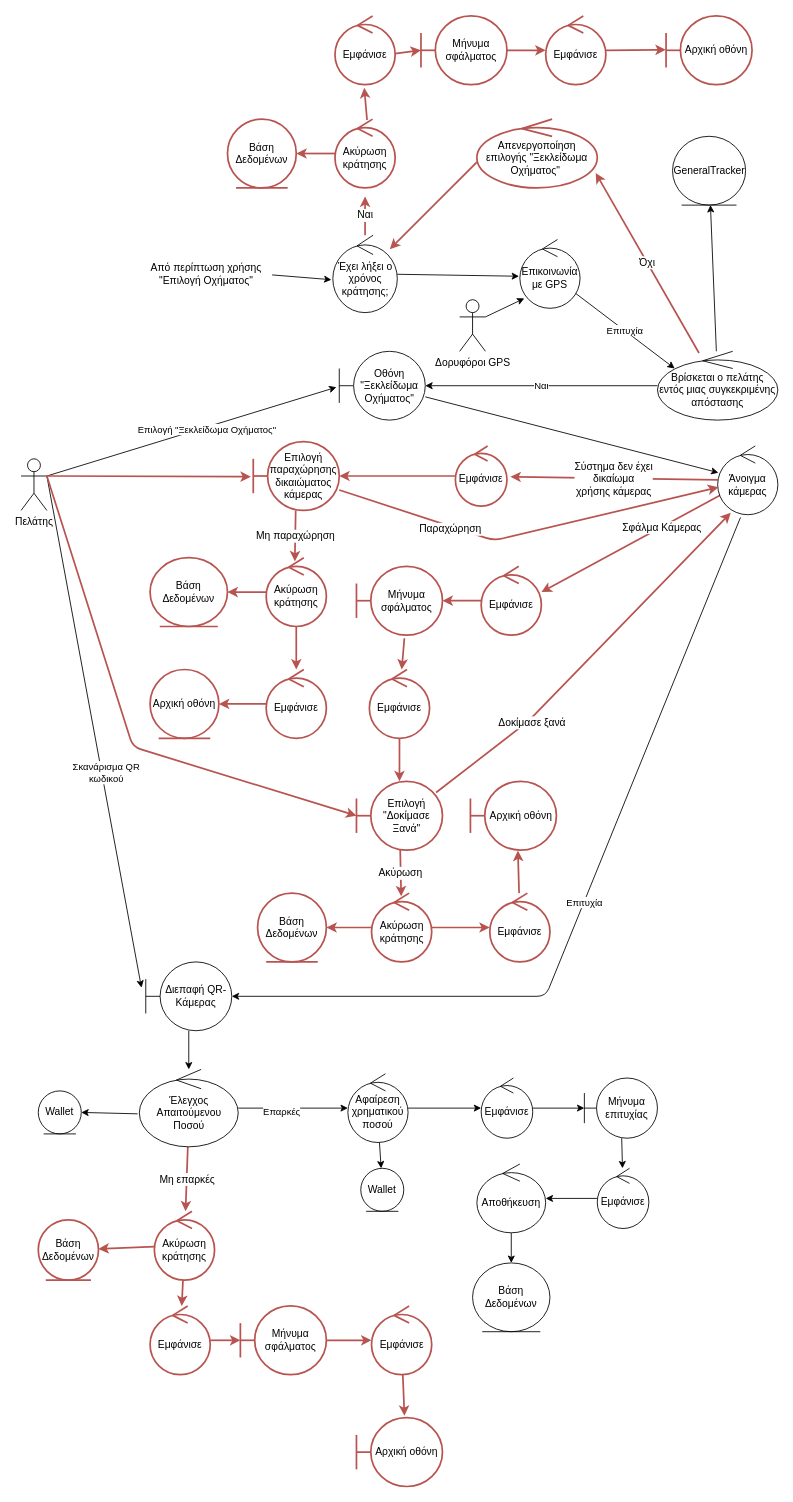
The draw.io diagram Part_2/Robustness/diagrams/02_Ξεκλείδωμα_Οχήματος.drawio in Nikolis2002/texnoligia_logismikou, before the edit. Source tidied: cells renumbered, new cells numbered last; positions are measured from the earlier drawing's top-left corner, leaving out a move shared by most shapes. Both pictures are drawn from the tidied source at 86%, with x=0, y=0 at pixel (21, 15).
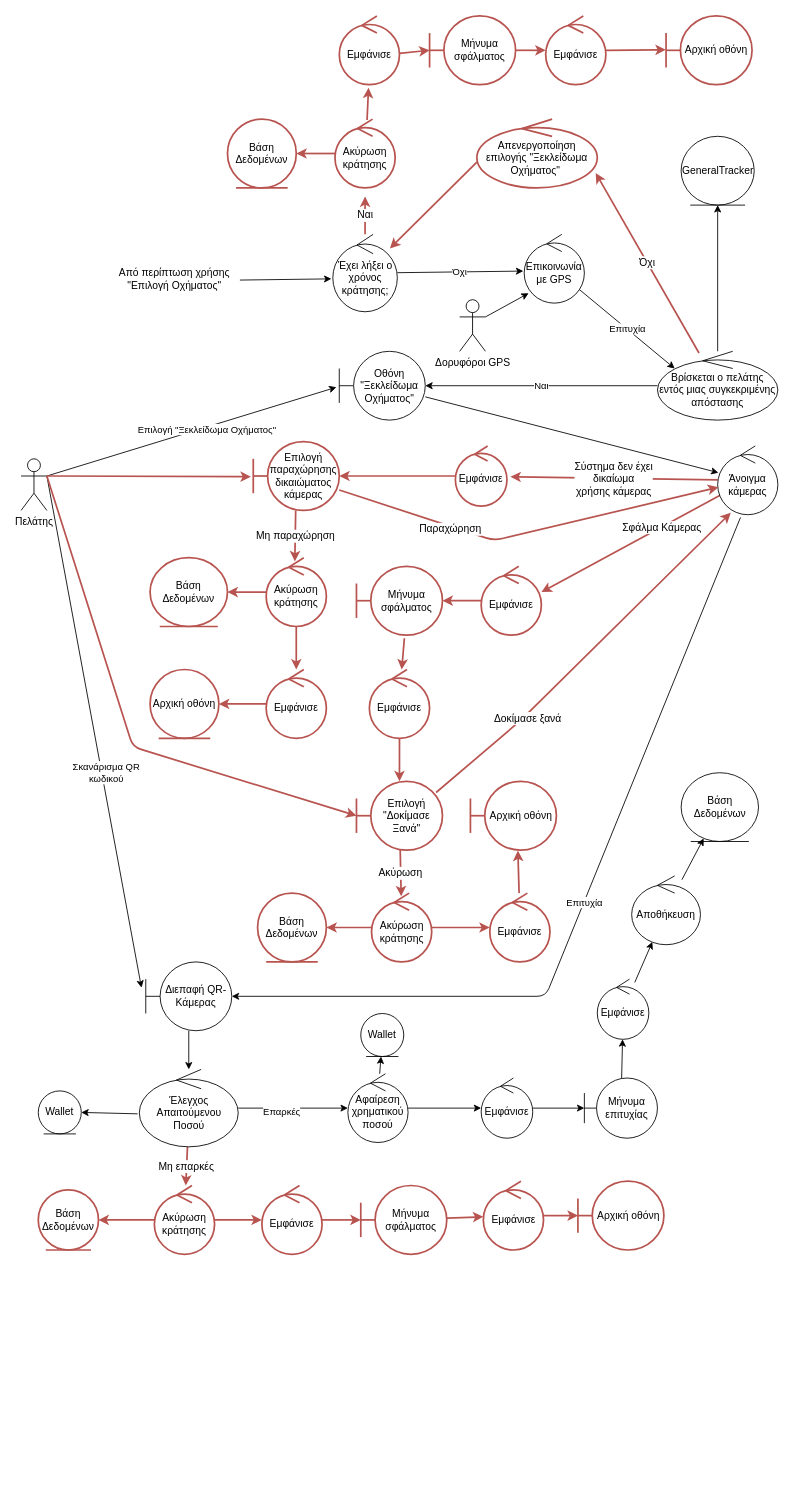
The same diagram, later.

The change refers to these unchanged cells:
```xml
<mxCell id="21" value="Άνοιγμα κάμερας" style="ellipse;shape=umlControl;whiteSpace=wrap;html=1;" parent="1" vertex="1">
  <mxGeometry x="810" y="500" width="70" height="80" as="geometry" />
</mxCell>
<mxCell id="77" value="Επιλογή &quot;Δοκίμασε Ξανά&quot;" style="shape=umlBoundary;whiteSpace=wrap;html=1;fillColor=none;strokeColor=#b85450;strokeWidth=2;" parent="1" vertex="1">
  <mxGeometry x="390" y="890" width="100" height="80" as="geometry" />
</mxCell>
```

The edit, as a diff of the source:
```diff
@@
-    <mxCell id="9" style="edgeStyle=none;html=1;entryX=-0.014;entryY=0.534;entryDx=0;entryDy=0;entryPerimeter=0;" parent="1" edge="1" source="10" target="66">
+    <mxCell id="9" value="Όχι" style="edgeStyle=none;html=1;entryX=-0.014;entryY=0.534;entryDx=0;entryDy=0;entryPerimeter=0;" parent="1" edge="1" source="10" target="66">
       <mxGeometry relative="1" as="geometry" />
     </mxCell>
     <mxCell id="10" value="Έχει λήξει ο χρόνος κράτησης;" style="ellipse;shape=umlControl;whiteSpace=wrap;html=1;" parent="1" vertex="1">
-      <mxGeometry x="362.5" y="255" width="75" height="90" as="geometry" />
+      <mxGeometry x="362.5" y="254" width="75" height="90" as="geometry" />
     </mxCell>
@@
     <mxCell id="32" value="Wallet" style="ellipse;shape=umlEntity;whiteSpace=wrap;html=1;" parent="1" vertex="1">
-      <mxGeometry x="395" y="1340" width="50" height="50" as="geometry" />
+      <mxGeometry x="395" y="1160" width="50" height="50" as="geometry" />
     </mxCell>
@@
     <mxCell id="36" value="Αποθήκευση" style="ellipse;shape=umlControl;whiteSpace=wrap;html=1;" parent="1" vertex="1">
-      <mxGeometry x="530" y="1335" width="80" height="80" as="geometry" />
+      <mxGeometry x="710" y="1000" width="80" height="80" as="geometry" />
     </mxCell>
@@
     <mxCell id="38" value="Βάση Δεδομένων" style="ellipse;shape=umlEntity;whiteSpace=wrap;html=1;" parent="1" vertex="1">
-      <mxGeometry x="525" y="1450" width="90" height="80" as="geometry" />
+      <mxGeometry x="767.5" y="880" width="90" height="80" as="geometry" />
     </mxCell>
@@
     <mxCell id="43" value="Εμφάνισε" style="ellipse;shape=umlControl;whiteSpace=wrap;html=1;fillColor=none;strokeColor=#b85450;strokeWidth=2;" parent="1" vertex="1">
-      <mxGeometry x="365" width="70" height="80" as="geometry" />
+      <mxGeometry x="370" width="70" height="80" as="geometry" />
     </mxCell>
@@
     <mxCell id="59" value="Ακύρωση κράτησης" style="ellipse;shape=umlControl;whiteSpace=wrap;html=1;fillColor=none;strokeColor=#b85450;strokeWidth=2;" parent="1" vertex="1">
-      <mxGeometry x="155" y="1390" width="70" height="80" as="geometry" />
+      <mxGeometry x="155" y="1360" width="70" height="80" as="geometry" />
     </mxCell>
     <mxCell id="60" value="Βάση Δεδομένων" style="ellipse;shape=umlEntity;whiteSpace=wrap;html=1;fillColor=none;strokeColor=#b85450;strokeWidth=2;" parent="1" vertex="1">
-      <mxGeometry x="20" y="1400" width="70" height="70" as="geometry" />
+      <mxGeometry x="20" y="1365" width="70" height="70" as="geometry" />
     </mxCell>
@@
     <mxCell id="62" value="Εμφάνισε" style="ellipse;shape=umlControl;whiteSpace=wrap;html=1;fillColor=none;strokeColor=#b85450;strokeWidth=2;" parent="1" vertex="1">
-      <mxGeometry x="150" y="1500" width="70" height="80" as="geometry" />
+      <mxGeometry x="280" y="1360" width="70" height="80" as="geometry" />
     </mxCell>
@@
     <mxCell id="64" value="Από περίπτωση χρήσης&lt;br&gt;&quot;Επιλογή Οχήματος&quot;" style="text;html=1;align=center;verticalAlign=middle;points=[];strokeColor=none;fillColor=none;" parent="1" vertex="1">
-      <mxGeometry x="140" y="280" width="150" height="40" as="geometry" />
+      <mxGeometry x="102.5" y="286" width="150" height="40" as="geometry" />
     </mxCell>
@@
     <mxCell id="66" value="Επικοινωνία με GPS" style="ellipse;shape=umlControl;whiteSpace=wrap;html=1;" parent="1" vertex="1">
-      <mxGeometry x="580" y="260" width="70" height="80" as="geometry" />
+      <mxGeometry x="585" y="254" width="70" height="80" as="geometry" />
     </mxCell>
     <mxCell id="67" value="GeneralTracker" style="ellipse;shape=umlEntity;whiteSpace=wrap;html=1;" parent="1" vertex="1">
-      <mxGeometry x="757.5" y="140" width="85" height="80" as="geometry" />
+      <mxGeometry x="767.5" y="140" width="85" height="80" as="geometry" />
     </mxCell>
@@
     <mxCell id="75" value="Δοκίμασε ξανά" style="edgeStyle=none;html=1;entryX=0.217;entryY=0.972;entryDx=0;entryDy=0;entryPerimeter=0;endArrow=classic;endFill=1;fontSize=12;fillColor=none;strokeColor=#b85450;strokeWidth=2;exitX=0.926;exitY=0.163;exitDx=0;exitDy=0;exitPerimeter=0;" parent="1" edge="1" source="77" target="21">
       <mxGeometry x="-0.42" y="-4" relative="1" as="geometry">
         <Array as="points">
-          <mxPoint x="590" y="820" />
+          <mxPoint x="580" y="820" />
         </Array>
       </mxGeometry>
     </mxCell>
@@
     <mxCell id="88" value="Μήνυμα σφάλματος" style="shape=umlBoundary;whiteSpace=wrap;html=1;fillColor=none;strokeColor=#b85450;strokeWidth=2;" parent="1" vertex="1">
-      <mxGeometry x="465" width="100" height="80" as="geometry" />
+      <mxGeometry x="475" width="100" height="80" as="geometry" />
     </mxCell>
@@
     <mxCell id="92" value="Μήνυμα σφάλματος" style="shape=umlBoundary;whiteSpace=wrap;html=1;fillColor=none;strokeColor=#b85450;strokeWidth=2;" parent="1" vertex="1">
-      <mxGeometry x="255" y="1500" width="100" height="80" as="geometry" />
+      <mxGeometry x="395" y="1360" width="100" height="80" as="geometry" />
     </mxCell>
-    <mxCell id="93" style="edgeStyle=none;html=1;entryX=0.558;entryY=-0.027;entryDx=0;entryDy=0;entryPerimeter=0;endArrow=classic;endFill=1;fontSize=12;fillColor=none;strokeColor=#b85450;strokeWidth=2;" parent="1" edge="1" source="94" target="95">
+    <mxCell id="93" style="edgeStyle=none;html=1;fontSize=12;strokeColor=#b85450;endFill=1;fillColor=none;strokeWidth=2;" parent="1" edge="1" source="94" target="95">
       <mxGeometry relative="1" as="geometry" />
     </mxCell>
     <mxCell id="94" value="Εμφάνισε" style="ellipse;shape=umlControl;whiteSpace=wrap;html=1;fillColor=none;strokeColor=#b85450;strokeWidth=2;" parent="1" vertex="1">
-      <mxGeometry x="407.5" y="1500" width="70" height="80" as="geometry" />
+      <mxGeometry x="537.5" y="1355" width="70" height="80" as="geometry" />
     </mxCell>
     <mxCell id="95" value="Αρχική οθόνη" style="shape=umlBoundary;whiteSpace=wrap;html=1;fillColor=none;strokeColor=#b85450;strokeWidth=2;" parent="1" vertex="1">
-      <mxGeometry x="390" y="1630" width="100" height="80" as="geometry" />
+      <mxGeometry x="647.5" y="1355" width="100" height="80" as="geometry" />
     </mxCell>
@@
     <mxCell id="97" value="Εμφάνισε" style="ellipse;shape=umlControl;whiteSpace=wrap;html=1;" parent="1" vertex="1">
-      <mxGeometry x="670" y="1340" width="60" height="70" as="geometry" />
+      <mxGeometry x="670" y="1120" width="60" height="70" as="geometry" />
     </mxCell>
```
